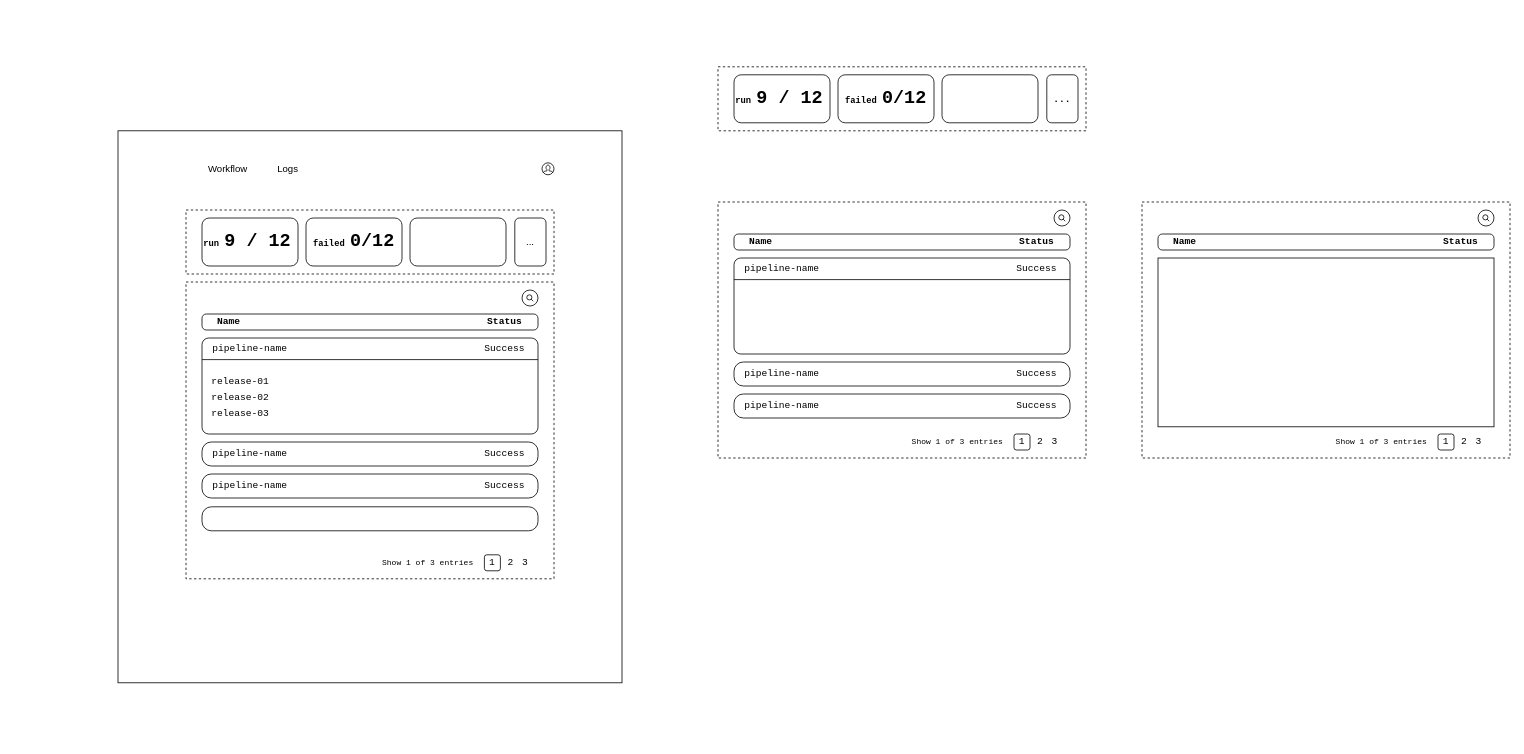
Earlier version of the draw.io diagram docs/assets/diagram.drawio (ddeutils/ddeutil-observe). Source tidied: cells renumbered, new cells numbered last; positions are measured from the earlier drawing's top-left corner, leaving out a move shared by most shapes. Both pictures are drawn from the tidied source at 80%, with x=0, y=0 at pixel (118, 66).
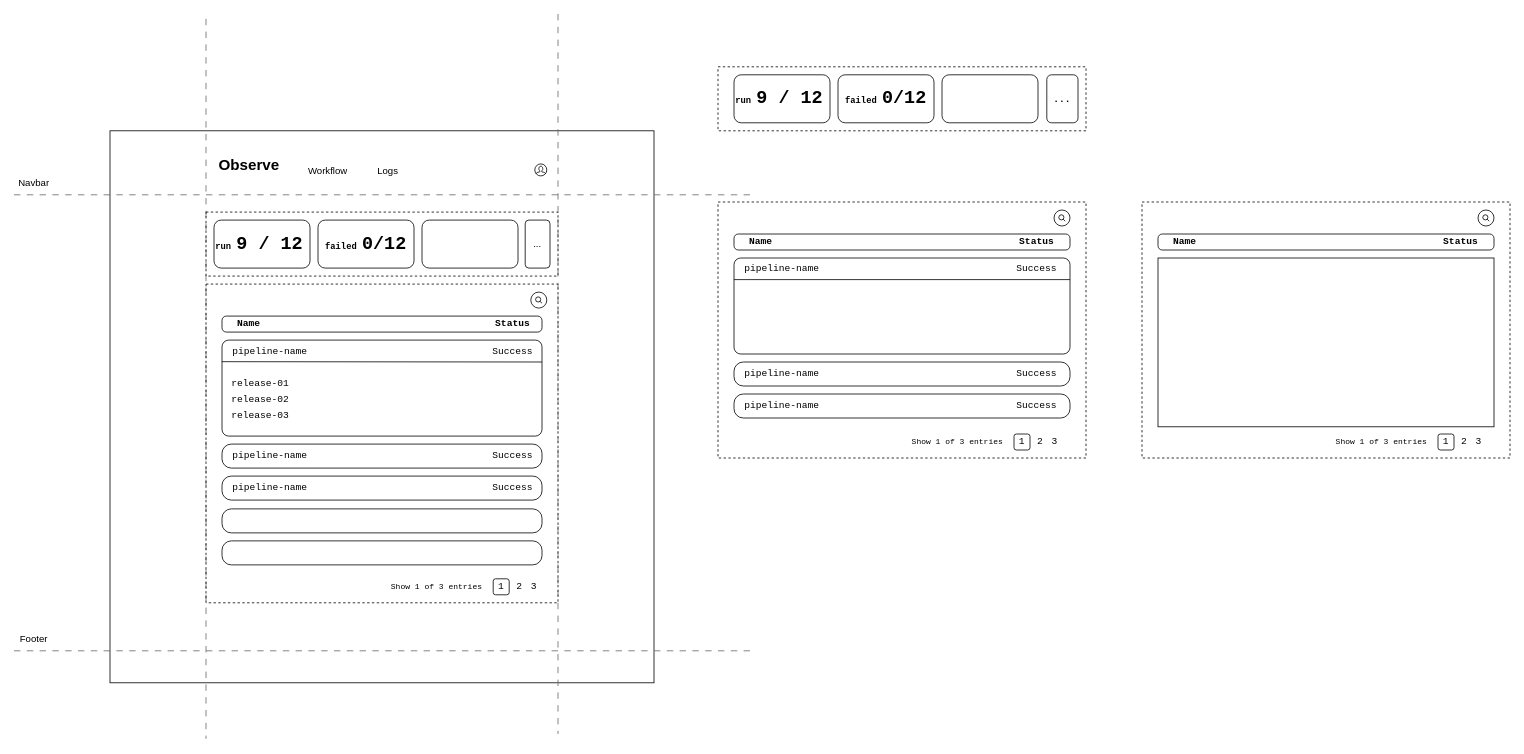
After the change.

Diff of the diagram source:
```diff
@@
+    <mxCell id="71" style="endArrow=none;html=1;rounded=0;dashed=1;dashPattern=8 8;strokeWidth=1;strokeColor=#666666;" parent="1" edge="1">
+      <mxGeometry relative="1" as="geometry">
+        <mxPoint x="110" y="-60" as="sourcePoint" />
+        <mxPoint x="110" y="840" as="targetPoint" />
+      </mxGeometry>
+    </mxCell>
     <mxCell id="2" style="rounded=0;whiteSpace=wrap;html=1;fillColor=none;fontFamily=Courier New;" parent="1" vertex="1">
-      <mxGeometry y="80" width="630" height="690" as="geometry" />
+      <mxGeometry x="-10" y="80" width="680" height="690" as="geometry" />
     </mxCell>
     <mxCell id="3" style="html=1;verticalLabelPosition=bottom;align=center;labelBackgroundColor=#ffffff;verticalAlign=top;strokeWidth=1;strokeColor=#000000;shadow=0;dashed=0;shape=mxgraph.ios7.icons.user;fontFamily=Courier New;" parent="1" vertex="1">
-      <mxGeometry x="530" y="120" width="15" height="15" as="geometry" />
+      <mxGeometry x="521" y="121.4" width="15" height="15" as="geometry" />
     </mxCell>
@@
     <mxCell id="29" style="rounded=0;whiteSpace=wrap;html=1;dashed=1;fillColor=none;" parent="1" vertex="1">
-      <mxGeometry x="85" y="269" width="460" height="371" as="geometry" />
+      <mxGeometry x="110" y="271.6" width="440" height="398.4" as="geometry" />
     </mxCell>
     <mxCell id="30" style="rounded=1;whiteSpace=wrap;html=1;arcSize=27;fontFamily=Courier New;" parent="1" vertex="1">
-      <mxGeometry x="105" y="309" width="420" height="20" as="geometry" />
+      <mxGeometry x="130" y="311.6" width="400" height="20" as="geometry" />
     </mxCell>
     <mxCell id="31" style="rounded=1;whiteSpace=wrap;html=1;arcSize=7;fontFamily=Courier New;" parent="1" vertex="1">
-      <mxGeometry x="105" y="339" width="420" height="120" as="geometry" />
+      <mxGeometry x="130" y="341.6" width="400" height="120" as="geometry" />
     </mxCell>
-    <mxCell id="32" style="endArrow=none;html=1;rounded=0;exitX=0;exitY=0.25;exitDx=0;exitDy=0;entryX=1;entryY=0.25;entryDx=0;entryDy=0;fontFamily=Courier New;" parent="1" edge="1">
+    <mxCell id="32" style="endArrow=none;html=1;rounded=0;exitX=0;exitY=0.25;exitDx=0;exitDy=0;fontFamily=Courier New;" parent="1" edge="1">
       <mxGeometry relative="1" as="geometry">
-        <mxPoint x="105" y="366" as="sourcePoint" />
-        <mxPoint x="525" y="366" as="targetPoint" />
+        <mxPoint x="130" y="368.6" as="sourcePoint" />
+        <mxPoint x="530" y="369" as="targetPoint" />
       </mxGeometry>
     </mxCell>
     <mxCell id="33" style="rounded=1;whiteSpace=wrap;html=1;arcSize=39;fontFamily=Courier New;" parent="1" vertex="1">
-      <mxGeometry x="105" y="469" width="420" height="30" as="geometry" />
+      <mxGeometry x="130" y="471.6" width="400" height="30" as="geometry" />
     </mxCell>
     <mxCell id="34" style="rounded=1;whiteSpace=wrap;html=1;arcSize=39;fontFamily=Courier New;" parent="1" vertex="1">
-      <mxGeometry x="105" y="509" width="420" height="30" as="geometry" />
+      <mxGeometry x="130" y="511.6" width="400" height="30" as="geometry" />
     </mxCell>
     <mxCell id="35" value="1" style="rounded=1;whiteSpace=wrap;html=1;fontFamily=Courier New;" parent="1" vertex="1">
-      <mxGeometry x="458" y="610" width="20" height="20" as="geometry" />
+      <mxGeometry x="469" y="640" width="20" height="20" as="geometry" />
     </mxCell>
     <mxCell id="36" value="2" style="text;html=1;align=center;verticalAlign=middle;whiteSpace=wrap;rounded=0;fontFamily=Courier New;" parent="1" vertex="1">
-      <mxGeometry x="481" y="610" width="20" height="20" as="geometry" />
+      <mxGeometry x="492" y="640" width="20" height="20" as="geometry" />
     </mxCell>
     <mxCell id="37" value="3" style="text;html=1;align=center;verticalAlign=middle;whiteSpace=wrap;rounded=0;fontFamily=Courier New;" parent="1" vertex="1">
-      <mxGeometry x="499" y="610" width="20" height="20" as="geometry" />
+      <mxGeometry x="510" y="640" width="20" height="20" as="geometry" />
     </mxCell>
     <mxCell id="38" value="Success" style="text;html=1;align=center;verticalAlign=middle;whiteSpace=wrap;rounded=0;fontFamily=Courier New;" parent="1" vertex="1">
-      <mxGeometry x="459.5" y="348" width="47" height="10" as="geometry" />
+      <mxGeometry x="469.5" y="350.6" width="47" height="10" as="geometry" />
     </mxCell>
     <mxCell id="39" value="Success" style="text;html=1;align=center;verticalAlign=middle;whiteSpace=wrap;rounded=0;fontFamily=Courier New;" parent="1" vertex="1">
-      <mxGeometry x="459.5" y="479" width="47" height="10" as="geometry" />
+      <mxGeometry x="469.5" y="481.6" width="47" height="10" as="geometry" />
     </mxCell>
     <mxCell id="40" value="Success" style="text;html=1;align=center;verticalAlign=middle;whiteSpace=wrap;rounded=0;fontFamily=Courier New;" parent="1" vertex="1">
-      <mxGeometry x="459.5" y="519" width="47" height="10" as="geometry" />
+      <mxGeometry x="469.5" y="521.6" width="47" height="10" as="geometry" />
     </mxCell>
     <mxCell id="41" value="Status" style="text;html=1;align=center;verticalAlign=middle;whiteSpace=wrap;rounded=0;fontFamily=Courier New;fontStyle=1;" parent="1" vertex="1">
-      <mxGeometry x="459.5" y="314" width="47" height="10" as="geometry" />
+      <mxGeometry x="469.5" y="316.6" width="47" height="10" as="geometry" />
     </mxCell>
     <mxCell id="42" value="Show 1 of 3 entries" style="text;html=1;align=center;verticalAlign=middle;whiteSpace=wrap;rounded=0;fontFamily=Courier New;fontSize=10;" parent="1" vertex="1">
-      <mxGeometry x="328" y="615" width="119" height="10" as="geometry" />
+      <mxGeometry x="339" y="645" width="119" height="10" as="geometry" />
     </mxCell>
     <mxCell id="43" value="pipeline-name" style="text;html=1;align=center;verticalAlign=middle;whiteSpace=wrap;rounded=0;fontFamily=Courier New;" parent="1" vertex="1">
-      <mxGeometry x="115" y="348" width="100" height="10" as="geometry" />
+      <mxGeometry x="140" y="350.6" width="100" height="10" as="geometry" />
     </mxCell>
     <mxCell id="44" value="pipeline-name" style="text;html=1;align=center;verticalAlign=middle;whiteSpace=wrap;rounded=0;fontFamily=Courier New;" parent="1" vertex="1">
-      <mxGeometry x="115" y="479" width="100" height="10" as="geometry" />
+      <mxGeometry x="140" y="481.6" width="100" height="10" as="geometry" />
     </mxCell>
     <mxCell id="45" value="pipeline-name" style="text;html=1;align=center;verticalAlign=middle;whiteSpace=wrap;rounded=0;fontFamily=Courier New;" parent="1" vertex="1">
-      <mxGeometry x="115" y="519" width="100" height="10" as="geometry" />
+      <mxGeometry x="140" y="521.6" width="100" height="10" as="geometry" />
     </mxCell>
     <mxCell id="46" value="Name" style="text;html=1;align=center;verticalAlign=middle;whiteSpace=wrap;rounded=0;fontFamily=Courier New;fontStyle=1;" parent="1" vertex="1">
-      <mxGeometry x="115" y="314" width="47" height="10" as="geometry" />
+      <mxGeometry x="140" y="316.6" width="47" height="10" as="geometry" />
     </mxCell>
     <mxCell id="47" style="ellipse;whiteSpace=wrap;html=1;" parent="1" vertex="1">
-      <mxGeometry x="505" y="279" width="20" height="20" as="geometry" />
+      <mxGeometry x="516" y="281.6" width="20" height="20" as="geometry" />
     </mxCell>
     <mxCell id="48" style="html=1;verticalLabelPosition=bottom;align=center;labelBackgroundColor=#ffffff;verticalAlign=top;strokeWidth=1;strokeColor=#000000;shadow=0;dashed=0;shape=mxgraph.ios7.icons.looking_glass;" parent="1" vertex="1">
-      <mxGeometry x="511" y="285" width="8" height="8" as="geometry" />
+      <mxGeometry x="522" y="287.6" width="8" height="8" as="geometry" />
     </mxCell>
     <mxCell id="49" style="rounded=0;whiteSpace=wrap;html=1;dashed=1;fillColor=none;" parent="1" vertex="1">
-      <mxGeometry x="85" y="179" width="460" height="80" as="geometry" />
+      <mxGeometry x="110" y="181.6" width="440" height="80" as="geometry" />
     </mxCell>
     <mxCell id="50" value="&lt;b style=&quot;&quot;&gt;&lt;font style=&quot;font-size: 11px;&quot;&gt;run&lt;/font&gt;&lt;font style=&quot;font-size: 11px;&quot;&gt;&amp;nbsp;&lt;/font&gt;&lt;font style=&quot;font-size: 23px;&quot;&gt;9 / 12&lt;/font&gt;&lt;/b&gt;" style="rounded=1;whiteSpace=wrap;html=1;align=left;fontFamily=Courier New;fontSize=11;" parent="1" vertex="1">
-      <mxGeometry x="105" y="189" width="120" height="60" as="geometry" />
+      <mxGeometry x="120" y="191.6" width="120" height="60" as="geometry" />
     </mxCell>
     <mxCell id="51" value="&lt;b style=&quot;font-family: &amp;quot;Courier New&amp;quot;; font-size: 11px; text-align: left;&quot;&gt;failed&amp;nbsp;&lt;font style=&quot;font-size: 23px;&quot;&gt;0/12&lt;/font&gt;&lt;/b&gt;" style="rounded=1;whiteSpace=wrap;html=1;" parent="1" vertex="1">
-      <mxGeometry x="235" y="189" width="120" height="60" as="geometry" />
+      <mxGeometry x="250" y="191.6" width="120" height="60" as="geometry" />
     </mxCell>
     <mxCell id="52" style="rounded=1;whiteSpace=wrap;html=1;" parent="1" vertex="1">
-      <mxGeometry x="365" y="189" width="120" height="60" as="geometry" />
+      <mxGeometry x="380" y="191.6" width="120" height="60" as="geometry" />
     </mxCell>
     <mxCell id="53" value="..." style="rounded=1;whiteSpace=wrap;html=1;" parent="1" vertex="1">
-      <mxGeometry x="496" y="189" width="39" height="60" as="geometry" />
+      <mxGeometry x="509" y="191.6" width="31" height="60" as="geometry" />
     </mxCell>
@@
     <mxCell id="65" style="rounded=1;whiteSpace=wrap;html=1;arcSize=39;fontFamily=Courier New;" parent="1" vertex="1">
-      <mxGeometry x="105" y="550" width="420" height="30" as="geometry" />
+      <mxGeometry x="130" y="552.6" width="400" height="30" as="geometry" />
     </mxCell>
     <mxCell id="66" value="release-01" style="text;html=1;align=left;verticalAlign=middle;whiteSpace=wrap;rounded=0;fontFamily=Courier New;" parent="1" vertex="1">
-      <mxGeometry x="115" y="389" width="100" height="10" as="geometry" />
+      <mxGeometry x="140" y="391.6" width="100" height="10" as="geometry" />
     </mxCell>
     <mxCell id="67" value="release-02" style="text;html=1;align=left;verticalAlign=middle;whiteSpace=wrap;rounded=0;fontFamily=Courier New;" parent="1" vertex="1">
-      <mxGeometry x="115" y="409" width="100" height="10" as="geometry" />
+      <mxGeometry x="140" y="411.6" width="100" height="10" as="geometry" />
     </mxCell>
     <mxCell id="68" value="release-03" style="text;html=1;align=left;verticalAlign=middle;whiteSpace=wrap;rounded=0;fontFamily=Courier New;" parent="1" vertex="1">
-      <mxGeometry x="115" y="429" width="100" height="10" as="geometry" />
+      <mxGeometry x="140" y="431.6" width="100" height="10" as="geometry" />
     </mxCell>
     <mxCell id="69" value="Workflow" style="rounded=1;whiteSpace=wrap;html=1;strokeColor=none;" parent="1" vertex="1">
-      <mxGeometry x="105" y="118.8" width="65" height="17.5" as="geometry" />
+      <mxGeometry x="230" y="121.4" width="65" height="17.5" as="geometry" />
     </mxCell>
     <mxCell id="70" value="Logs" style="rounded=1;whiteSpace=wrap;html=1;strokeColor=none;" parent="1" vertex="1">
-      <mxGeometry x="180" y="118.8" width="65" height="17.5" as="geometry" />
+      <mxGeometry x="305" y="121.4" width="65" height="17.5" as="geometry" />
     </mxCell>
+    <mxCell id="72" style="endArrow=none;html=1;rounded=0;dashed=1;dashPattern=8 8;strokeWidth=1;strokeColor=#666666;" parent="1" edge="1">
+      <mxGeometry relative="1" as="geometry">
+        <mxPoint x="550" y="-66" as="sourcePoint" />
+        <mxPoint x="550" y="834" as="targetPoint" />
+      </mxGeometry>
+    </mxCell>
+    <mxCell id="73" style="endArrow=none;html=1;rounded=0;dashed=1;dashPattern=8 8;strokeWidth=1;strokeColor=#666666;" parent="1" edge="1">
+      <mxGeometry relative="1" as="geometry">
+        <mxPoint x="790" y="160" as="sourcePoint" />
+        <mxPoint x="-130" y="160" as="targetPoint" />
+      </mxGeometry>
+    </mxCell>
+    <mxCell id="74" style="rounded=1;whiteSpace=wrap;html=1;arcSize=39;fontFamily=Courier New;" parent="1" vertex="1">
+      <mxGeometry x="130" y="592.6" width="400" height="30" as="geometry" />
+    </mxCell>
+    <mxCell id="75" value="&lt;font style=&quot;font-size: 19px;&quot;&gt;Observe&lt;/font&gt;" style="rounded=1;whiteSpace=wrap;html=1;strokeColor=none;fontStyle=1;" parent="1" vertex="1">
+      <mxGeometry x="124.5" y="108.8" width="78" height="27.6" as="geometry" />
+    </mxCell>
+    <mxCell id="76" style="endArrow=none;html=1;rounded=0;dashed=1;dashPattern=8 8;strokeWidth=1;strokeColor=#666666;" parent="1" edge="1">
+      <mxGeometry relative="1" as="geometry">
+        <mxPoint x="790" y="730" as="sourcePoint" />
+        <mxPoint x="-130" y="730" as="targetPoint" />
+      </mxGeometry>
+    </mxCell>
+    <mxCell id="77" value="Navbar" style="text;html=1;align=center;verticalAlign=middle;whiteSpace=wrap;rounded=0;" parent="1" vertex="1">
+      <mxGeometry x="-130" y="138.9" width="50" height="11.4" as="geometry" />
+    </mxCell>
+    <mxCell id="78" value="Footer" style="text;html=1;align=center;verticalAlign=middle;whiteSpace=wrap;rounded=0;" parent="1" vertex="1">
+      <mxGeometry x="-130" y="710" width="50" height="11.4" as="geometry" />
+    </mxCell>
```
